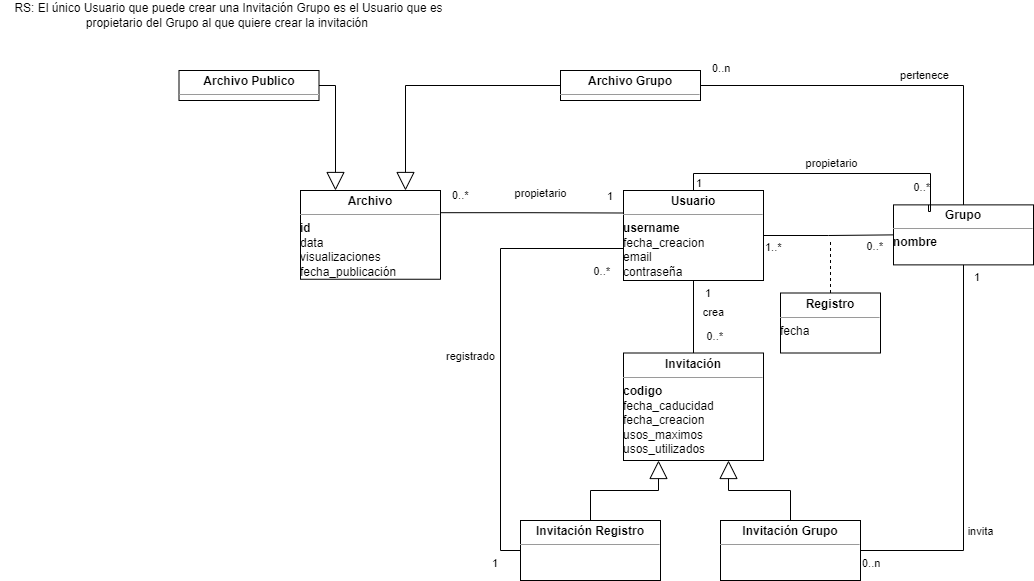
alfman99/SharePriv keeps this draw.io diagram as propuesta_cambio.drawio.png. Above is the earlier version. Source tidied: cells renumbered, new cells last; positions are measured from the earlier drawing's top-left corner, leaving out a move shared by most shapes.
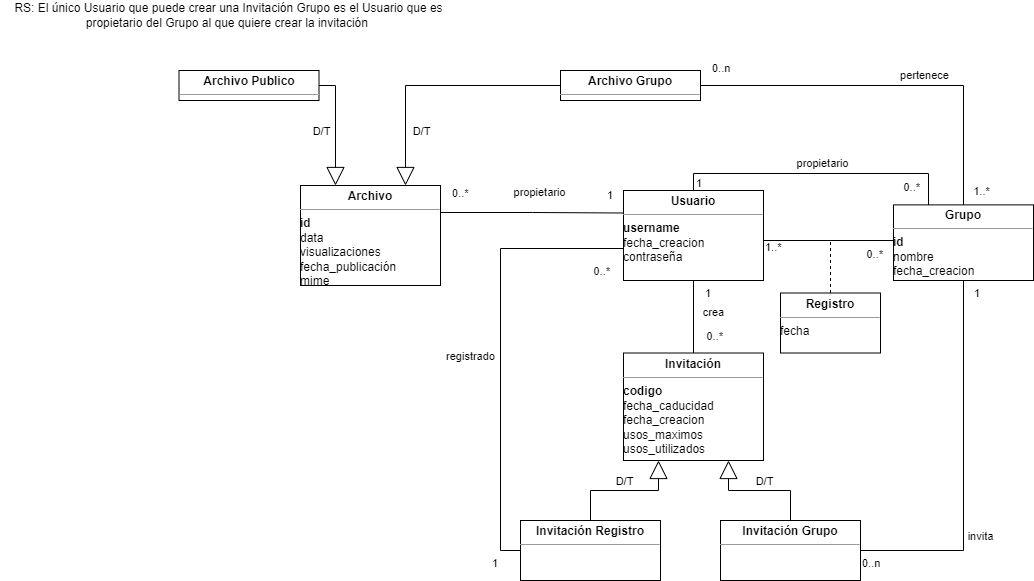
Later version of the same file.

What changed in the source:
```diff
@@ -5,6 +5,11 @@
     <mxCell id="2" value="&lt;br&gt;" style="endArrow=block;endSize=16;endFill=0;html=1;rounded=0;exitX=0.5;exitY=0;exitDx=0;exitDy=0;entryX=0.25;entryY=1;entryDx=0;entryDy=0;edgeStyle=orthogonalEdgeStyle;" parent="1" edge="1" source="4" target="3">
       <mxGeometry y="10" relative="1" as="geometry" />
     </mxCell>
+    <mxCell id="37" value="D/T" style="edgeLabel;html=1;align=center;verticalAlign=middle;" parent="2" vertex="1">
+      <mxGeometry x="0.31" y="-1" relative="1" as="geometry">
+        <mxPoint x="-21" y="-11" as="offset" />
+      </mxGeometry>
+    </mxCell>
     <mxCell id="3" value="&lt;p style=&quot;margin: 0px ; margin-top: 4px ; text-align: center&quot;&gt;&lt;b&gt;Invitación&lt;/b&gt;&lt;/p&gt;&lt;hr size=&quot;1&quot;&gt;&lt;div style=&quot;height: 2px&quot;&gt;&lt;b&gt;codigo&lt;/b&gt;&lt;br&gt;fecha_caducidad&lt;br&gt;fecha_creacion&lt;br&gt;usos_maximos&lt;br&gt;usos_utilizados&lt;/div&gt;" style="verticalAlign=top;align=left;overflow=fill;fontSize=12;fontFamily=Helvetica;html=1;" parent="1" vertex="1">
       <mxGeometry x="623" y="352.5" width="140" height="107.5" as="geometry" />
     </mxCell>
@@ -17,7 +22,12 @@
     <mxCell id="6" style="endArrow=block;endSize=16;endFill=0;html=1;rounded=0;exitX=0.5;exitY=0;exitDx=0;exitDy=0;entryX=0.75;entryY=1;entryDx=0;entryDy=0;edgeStyle=orthogonalEdgeStyle;" parent="1" edge="1" source="5" target="3">
       <mxGeometry relative="1" as="geometry" />
     </mxCell>
+    <mxCell id="38" value="D/T" style="edgeLabel;html=1;align=center;verticalAlign=middle;" parent="6" vertex="1">
+      <mxGeometry x="-0.42" y="-1" relative="1" as="geometry">
+        <mxPoint x="-22" y="-9" as="offset" />
+      </mxGeometry>
+    </mxCell>
-    <mxCell id="7" value="&lt;p style=&quot;margin: 0px ; margin-top: 4px ; text-align: center&quot;&gt;&lt;b&gt;Usuario&lt;/b&gt;&lt;/p&gt;&lt;hr size=&quot;1&quot;&gt;&lt;div style=&quot;height: 2px&quot;&gt;&lt;b&gt;username&lt;/b&gt;&lt;br&gt;fecha_creacion&lt;br&gt;email&lt;br&gt;contraseña&lt;br&gt;&lt;/div&gt;" style="verticalAlign=top;align=left;overflow=fill;fontSize=12;fontFamily=Helvetica;html=1;" parent="1" vertex="1">
+    <mxCell id="7" value="&lt;p style=&quot;margin: 0px ; margin-top: 4px ; text-align: center&quot;&gt;&lt;b&gt;Usuario&lt;/b&gt;&lt;/p&gt;&lt;hr size=&quot;1&quot;&gt;&lt;div style=&quot;height: 2px&quot;&gt;&lt;b&gt;username&lt;/b&gt;&lt;br&gt;fecha_creacion&lt;br&gt;contraseña&lt;br&gt;&lt;/div&gt;" style="verticalAlign=top;align=left;overflow=fill;fontSize=12;fontFamily=Helvetica;html=1;" parent="1" vertex="1">
       <mxGeometry x="623" y="190" width="140" height="90" as="geometry" />
     </mxCell>
     <mxCell id="8" value="crea" style="endArrow=none;html=1;endSize=12;startArrow=none;startSize=14;startFill=0;edgeStyle=orthogonalEdgeStyle;rounded=0;entryX=0.5;entryY=0;entryDx=0;entryDy=0;endFill=0;exitX=0.5;exitY=1;exitDx=0;exitDy=0;" parent="1" edge="1" source="7" target="3">
@@ -33,11 +43,16 @@
         <mxPoint x="30" y="-30" as="offset" />
       </mxGeometry>
     </mxCell>
-    <mxCell id="11" value="&lt;p style=&quot;margin: 0px ; margin-top: 4px ; text-align: center&quot;&gt;&lt;b&gt;Archivo&lt;/b&gt;&lt;/p&gt;&lt;hr size=&quot;1&quot;&gt;&lt;div style=&quot;height: 2px ; line-height: 1.2&quot;&gt;&lt;b&gt;id&lt;/b&gt;&lt;br&gt;data&lt;br&gt;visualizaciones&lt;br&gt;fecha_publicación&lt;br&gt;&lt;/div&gt;" style="verticalAlign=top;align=left;overflow=fill;fontSize=12;fontFamily=Helvetica;html=1;" parent="1" vertex="1">
-      <mxGeometry x="300" y="190" width="140" height="88.8" as="geometry" />
+    <mxCell id="11" value="&lt;p style=&quot;margin: 0px ; margin-top: 4px ; text-align: center&quot;&gt;&lt;b&gt;Archivo&lt;/b&gt;&lt;/p&gt;&lt;hr size=&quot;1&quot;&gt;&lt;div style=&quot;height: 2px ; line-height: 1.2&quot;&gt;&lt;b&gt;id&lt;/b&gt;&lt;br&gt;data&lt;br&gt;visualizaciones&lt;br&gt;fecha_publicación&lt;br&gt;mime&lt;/div&gt;" style="verticalAlign=top;align=left;overflow=fill;fontSize=12;fontFamily=Helvetica;html=1;" parent="1" vertex="1">
+      <mxGeometry x="300" y="185" width="140" height="100" as="geometry" />
     </mxCell>
     <mxCell id="12" value="propietario" style="endArrow=none;html=1;endSize=12;startArrow=none;startSize=14;startFill=0;edgeStyle=orthogonalEdgeStyle;rounded=0;endFill=0;exitX=1;exitY=0.25;exitDx=0;exitDy=0;entryX=0;entryY=0.25;entryDx=0;entryDy=0;" parent="1" edge="1" source="11" target="7">
-      <mxGeometry x="0.09" y="20" relative="1" as="geometry" />
+      <mxGeometry x="0.09" y="20" relative="1" as="geometry">
+        <Array as="points">
+          <mxPoint x="440" y="212" />
+          <mxPoint x="532" y="212" />
+        </Array>
+      </mxGeometry>
     </mxCell>
     <mxCell id="13" value="0..*" style="edgeLabel;html=1;align=left;verticalAlign=top;" parent="12" vertex="1">
       <mxGeometry x="-1" relative="1" as="geometry">
@@ -49,11 +64,16 @@
         <mxPoint x="-10" y="-30" as="offset" />
       </mxGeometry>
     </mxCell>
-    <mxCell id="15" value="&lt;p style=&quot;margin: 0px ; margin-top: 4px ; text-align: center&quot;&gt;&lt;b&gt;Grupo&lt;/b&gt;&lt;/p&gt;&lt;hr size=&quot;1&quot;&gt;&lt;div style=&quot;height: 2px&quot;&gt;&lt;b&gt;nombre&lt;/b&gt;&lt;br&gt;&lt;br&gt;&lt;/div&gt;&lt;div style=&quot;height: 2px&quot;&gt;&lt;b&gt;&lt;br&gt;&lt;/b&gt;&lt;/div&gt;" style="verticalAlign=top;align=left;overflow=fill;fontSize=12;fontFamily=Helvetica;html=1;" parent="1" vertex="1">
-      <mxGeometry x="893" y="204.4" width="140" height="60" as="geometry" />
+    <mxCell id="15" value="&lt;p style=&quot;margin: 0px ; margin-top: 4px ; text-align: center&quot;&gt;&lt;b&gt;Grupo&lt;/b&gt;&lt;/p&gt;&lt;hr size=&quot;1&quot;&gt;&lt;div style=&quot;height: 2px&quot;&gt;&lt;b&gt;id&lt;/b&gt;&lt;br&gt;nombre&lt;br&gt;fecha_creacion&lt;br&gt;&lt;br&gt;&lt;/div&gt;&lt;div style=&quot;height: 2px&quot;&gt;&lt;b&gt;&lt;br&gt;&lt;/b&gt;&lt;/div&gt;" style="verticalAlign=top;align=left;overflow=fill;fontSize=12;fontFamily=Helvetica;html=1;" parent="1" vertex="1">
+      <mxGeometry x="893" y="204.4" width="140" height="75.6" as="geometry" />
     </mxCell>
     <mxCell id="16" style="endArrow=none;html=1;endSize=12;startArrow=none;startSize=14;startFill=0;edgeStyle=orthogonalEdgeStyle;rounded=0;endFill=0;exitX=1;exitY=0.5;exitDx=0;exitDy=0;entryX=0;entryY=0.5;entryDx=0;entryDy=0;" parent="1" edge="1" source="7" target="15">
-      <mxGeometry x="0.08" y="20" relative="1" as="geometry" />
+      <mxGeometry x="0.08" y="20" relative="1" as="geometry">
+        <Array as="points">
+          <mxPoint x="763" y="240" />
+          <mxPoint x="893" y="240" />
+        </Array>
+      </mxGeometry>
     </mxCell>
     <mxCell id="17" value="1..*" style="edgeLabel;html=1;align=left;verticalAlign=top;" parent="16" vertex="1">
       <mxGeometry x="-1" relative="1" as="geometry">
@@ -69,8 +89,7 @@
       <mxGeometry x="0.03" y="10" relative="1" as="geometry">
         <Array as="points">
           <mxPoint x="693" y="173" />
-          <mxPoint x="930" y="173" />
-          <mxPoint x="930" y="211" />
+          <mxPoint x="928" y="173" />
         </Array>
       </mxGeometry>
     </mxCell>
@@ -81,7 +100,7 @@
     </mxCell>
     <mxCell id="21" value="0..*" style="edgeLabel;html=1;align=right;verticalAlign=top;" parent="19" vertex="1">
       <mxGeometry x="1" relative="1" as="geometry">
-        <mxPoint x="2" y="-30" as="offset" />
+        <mxPoint x="-8" y="-30" as="offset" />
       </mxGeometry>
     </mxCell>
     <mxCell id="22" value="&lt;p style=&quot;margin: 0px ; margin-top: 4px ; text-align: center&quot;&gt;&lt;b&gt;Archivo Grupo&lt;/b&gt;&lt;/p&gt;&lt;hr size=&quot;1&quot;&gt;&lt;div style=&quot;height: 2px ; line-height: 1.2&quot;&gt;&lt;br&gt;&lt;/div&gt;" style="verticalAlign=top;align=left;overflow=fill;fontSize=12;fontFamily=Helvetica;html=1;" parent="1" vertex="1">
@@ -90,6 +109,11 @@
     <mxCell id="23" style="endArrow=block;endSize=16;endFill=0;html=1;rounded=0;entryX=0.75;entryY=0;entryDx=0;entryDy=0;exitX=0;exitY=0.5;exitDx=0;exitDy=0;edgeStyle=orthogonalEdgeStyle;" parent="1" edge="1" source="22" target="11">
       <mxGeometry relative="1" as="geometry" />
     </mxCell>
+    <mxCell id="39" value="D/T" style="edgeLabel;html=1;align=center;verticalAlign=middle;" parent="23" vertex="1">
+      <mxGeometry x="0.42" relative="1" as="geometry">
+        <mxPoint x="15" y="19" as="offset" />
+      </mxGeometry>
+    </mxCell>
     <mxCell id="24" value="pertenece" style="endArrow=none;html=1;endSize=12;startArrow=none;startSize=14;startFill=0;edgeStyle=orthogonalEdgeStyle;rounded=0;exitX=1;exitY=0.5;exitDx=0;exitDy=0;entryX=0.5;entryY=0;entryDx=0;entryDy=0;endFill=0;" parent="1" edge="1" source="22" target="15">
       <mxGeometry x="0.17" y="10" relative="1" as="geometry" />
     </mxCell>
@@ -98,12 +122,22 @@
         <mxPoint x="10" y="-30" as="offset" />
       </mxGeometry>
     </mxCell>
+    <mxCell id="40" value="1..*" style="edgeLabel;html=1;align=center;verticalAlign=middle;" parent="24" vertex="1">
+      <mxGeometry x="0.87" y="2" relative="1" as="geometry">
+        <mxPoint x="15" y="10" as="offset" />
+      </mxGeometry>
+    </mxCell>
     <mxCell id="26" value="&lt;p style=&quot;margin: 0px ; margin-top: 4px ; text-align: center&quot;&gt;&lt;b&gt;Archivo Publico&lt;/b&gt;&lt;/p&gt;&lt;hr size=&quot;1&quot;&gt;&lt;div style=&quot;height: 2px ; line-height: 1.2&quot;&gt;&lt;div style=&quot;height: 2px ; line-height: 1.2&quot;&gt;&lt;br&gt;&lt;/div&gt;&lt;/div&gt;" style="verticalAlign=top;align=left;overflow=fill;fontSize=12;fontFamily=Helvetica;html=1;" parent="1" vertex="1">
       <mxGeometry x="178.5" y="70" width="140" height="30" as="geometry" />
     </mxCell>
     <mxCell id="27" style="endArrow=block;endSize=16;endFill=0;html=1;rounded=0;entryX=0.25;entryY=0;entryDx=0;entryDy=0;exitX=1;exitY=0.5;exitDx=0;exitDy=0;edgeStyle=orthogonalEdgeStyle;" parent="1" edge="1" source="26" target="11">
       <mxGeometry relative="1" as="geometry" />
     </mxCell>
+    <mxCell id="41" value="D/T" style="edgeLabel;html=1;align=center;verticalAlign=middle;" parent="27" vertex="1">
+      <mxGeometry x="-0.31" y="1" relative="1" as="geometry">
+        <mxPoint x="-16" y="22" as="offset" />
+      </mxGeometry>
+    </mxCell>
     <mxCell id="28" value="invita" style="endArrow=none;html=1;endSize=12;startArrow=none;startSize=14;startFill=0;edgeStyle=orthogonalEdgeStyle;rounded=0;entryX=0.5;entryY=1;entryDx=0;entryDy=0;exitX=1;exitY=0.5;exitDx=0;exitDy=0;endFill=0;" parent="1" edge="1" source="5" target="15">
       <mxGeometry x="-0.37" y="-17" relative="1" as="geometry" />
     </mxCell>
```
